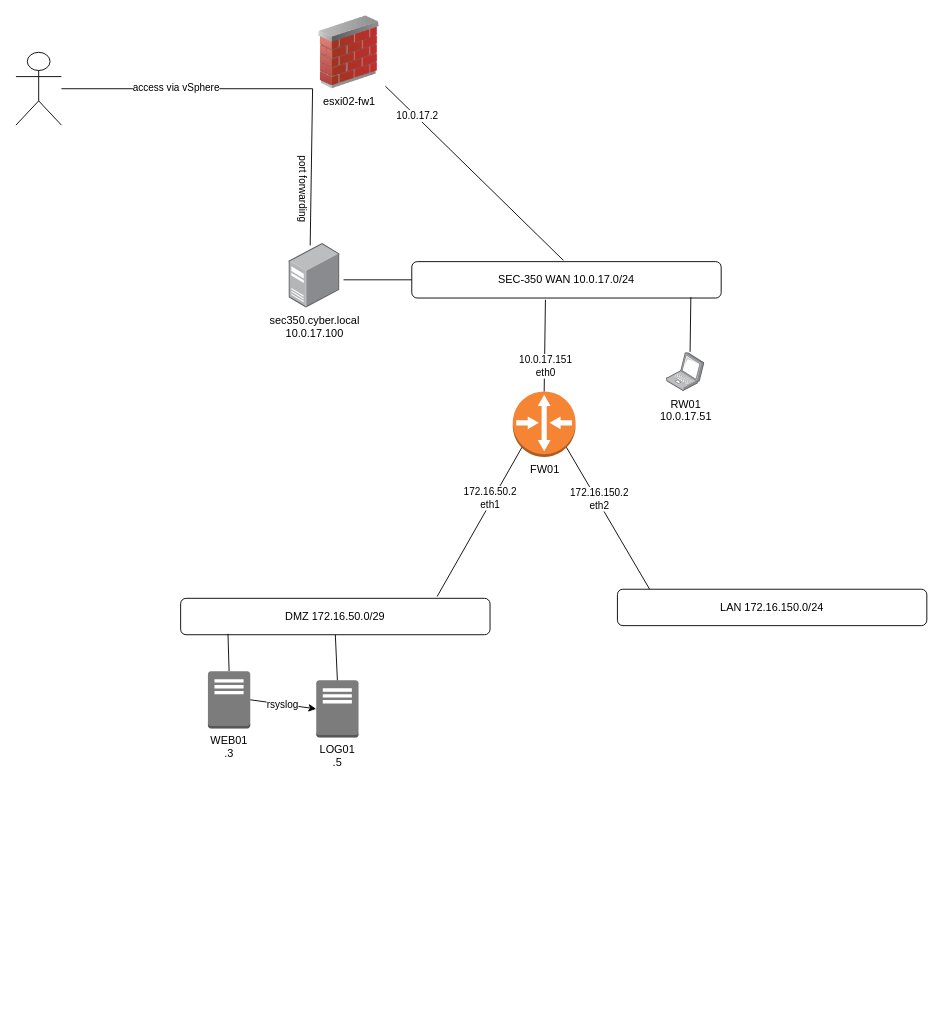
This is net-sec-controls-sec350/SEC350_network-diagram.drawio from charlottecroce/ChamplainTechJournals, a draw.io file, before an edit. Source tidied: cells renumbered, new cells numbered last; positions are measured from the earlier drawing's top-left corner, leaving out a move shared by most shapes. Both pictures are drawn from the tidied source at 91%, with x=0, y=0 at pixel (15, 15). Pictures stored in the file or linked from it are replaced by grey dashed boxes.
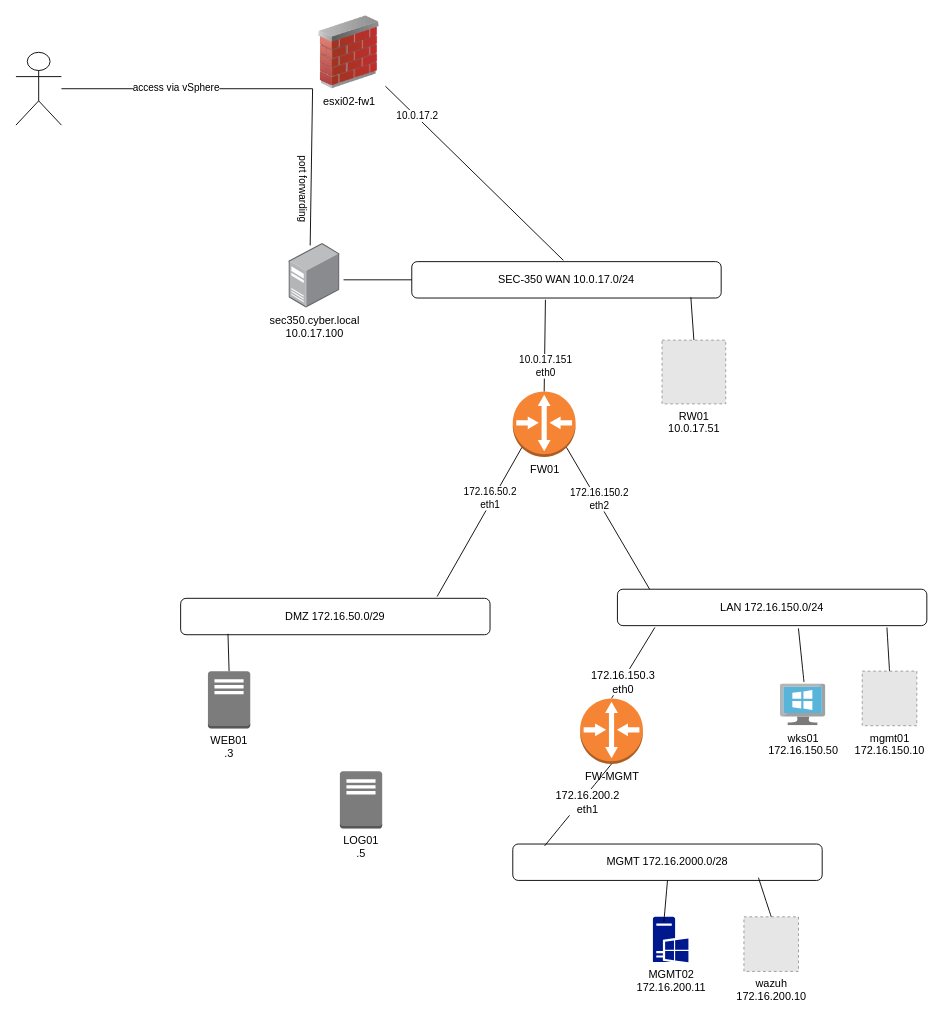
After the change.

Unchanged cells that the change refers to:
```xml
<mxCell id="2" value="SEC-350 WAN 10.0.17.0/24" style="rounded=1;whiteSpace=wrap;html=1;align=center;" parent="1" vertex="1">
  <mxGeometry x="435" y="270" width="340" height="40" as="geometry" />
</mxCell>
<mxCell id="3" value="LAN 172.16.150.0/24" style="rounded=1;whiteSpace=wrap;html=1;align=center;" parent="1" vertex="1">
  <mxGeometry x="661" y="630" width="340" height="40" as="geometry" />
</mxCell>
<mxCell id="4" value="DMZ 172.16.50.0/29" style="rounded=1;whiteSpace=wrap;html=1;align=center;" parent="1" vertex="1">
  <mxGeometry x="181" y="640" width="340" height="40" as="geometry" />
</mxCell>
<mxCell id="10" value="WEB01&lt;div&gt;.3&lt;/div&gt;" style="outlineConnect=0;dashed=0;verticalLabelPosition=bottom;verticalAlign=top;align=center;html=1;shape=mxgraph.aws3.traditional_server;fillColor=#7D7C7C;gradientColor=none;" parent="1" vertex="1">
  <mxGeometry x="211" y="720" width="46.5" height="63" as="geometry" />
</mxCell>
```

The edit, as a diff of the source:
```diff
@@
     <mxCell id="11" value="LOG01&lt;div&gt;.5&lt;/div&gt;" style="outlineConnect=0;dashed=0;verticalLabelPosition=bottom;verticalAlign=top;align=center;html=1;shape=mxgraph.aws3.traditional_server;fillColor=#7D7C7C;gradientColor=none;" parent="1" vertex="1">
-      <mxGeometry x="330" y="730" width="46.5" height="63" as="geometry" />
+      <mxGeometry x="356" y="830" width="46.5" height="63" as="geometry" />
     </mxCell>
-    <mxCell id="12" style="endArrow=none;html=1;rounded=0;entryX=0.5;entryY=0;entryDx=0;entryDy=0;entryPerimeter=0;exitX=0.5;exitY=1;exitDx=0;exitDy=0;" parent="1" edge="1" source="4" target="11">
-      <mxGeometry relative="1" as="geometry" />
-    </mxCell>
@@
-    <mxCell id="14" value="RW01&lt;div&gt;10.0.17.51&lt;/div&gt;" style="image;points=[];html=1;align=center;shadow=0;dashed=0;image=img/lib/allied_telesis/computer_and_terminals/Laptop.svg;" parent="1" vertex="1">
-      <mxGeometry x="715" y="370" width="42" height="42.6" as="geometry" />
-    </mxCell>
@@
-    <mxCell id="17" style="endArrow=none;html=1;rounded=0;entryX=0.615;entryY=-0.02;entryDx=0;entryDy=0;entryPerimeter=0;exitX=0.902;exitY=0.979;exitDx=0;exitDy=0;exitPerimeter=0;" parent="1" edge="1" source="2" target="14">
+    <mxCell id="17" style="endArrow=none;html=1;rounded=0;entryX=0.5;entryY=0;entryDx=0;entryDy=0;exitX=0.902;exitY=0.979;exitDx=0;exitDy=0;exitPerimeter=0;" parent="1" edge="1" source="2" target="14">
       <mxGeometry relative="1" as="geometry" />
     </mxCell>
@@
-    <mxCell id="28" style="endArrow=classic;html=1;rounded=0;exitX=1;exitY=0.5;exitDx=0;exitDy=0;exitPerimeter=0;entryX=0;entryY=0.5;entryDx=0;entryDy=0;entryPerimeter=0;" parent="1" edge="1" source="10" target="11">
-      <mxGeometry relative="1" as="geometry" />
-    </mxCell>
-    <mxCell id="29" value="rsyslog" style="edgeLabel;html=1;align=center;verticalAlign=middle;" parent="28" vertex="1">
-      <mxGeometry x="-0.04" relative="1" as="geometry" />
-    </mxCell>
+    <mxCell id="14" value="RW01&lt;div&gt;10.0.17.51&lt;/div&gt;" style="fillColor=#E6E6E6;strokeColor=#999999;dashed=1;html=1;verticalAlign=top;verticalLabelPosition=bottom;labelBackgroundColor=#ffffff;" parent="1" vertex="1">
+      <mxGeometry x="710" y="356.3" width="70" height="70" as="geometry" />
+    </mxCell>
+    <mxCell id="30" value="wks01&lt;div&gt;172.16.150.50&lt;/div&gt;" style="image;sketch=0;html=1;points=[];align=center;fontSize=12;image=img/lib/mscae/VirtualMachineWindows.svg;" parent="1" vertex="1">
+      <mxGeometry x="840" y="734" width="50" height="46" as="geometry" />
+    </mxCell>
+    <mxCell id="31" value="mgmt01&lt;div&gt;172.16.150.10&lt;/div&gt;" style="fillColor=#E6E6E6;strokeColor=#999999;dashed=1;html=1;verticalAlign=top;verticalLabelPosition=bottom;labelBackgroundColor=#ffffff;" parent="1" vertex="1">
+      <mxGeometry x="930" y="720" width="60" height="60" as="geometry" />
+    </mxCell>
+    <mxCell id="32" value="MGMT 172.16.2000.0/28" style="rounded=1;whiteSpace=wrap;html=1;align=center;" parent="1" vertex="1">
+      <mxGeometry x="546" y="910" width="340" height="40" as="geometry" />
+    </mxCell>
+    <mxCell id="33" style="endArrow=none;html=1;rounded=0;fontSize=12;startSize=8;endSize=8;curved=1;entryX=0.121;entryY=1.05;entryDx=0;entryDy=0;entryPerimeter=0;exitX=0.5;exitY=0;exitDx=0;exitDy=0;exitPerimeter=0;" parent="1" edge="1" source="35" target="3">
+      <mxGeometry relative="1" as="geometry" />
+    </mxCell>
+    <mxCell id="34" value="&lt;div&gt;172.16.150.3&lt;/div&gt;eth0" style="edgeLabel;html=1;align=center;verticalAlign=middle;fontSize=12;" parent="33" vertex="1">
+      <mxGeometry x="-0.52" y="-1" relative="1" as="geometry" />
+    </mxCell>
+    <mxCell id="35" value="FW-MGMT" style="outlineConnect=0;dashed=0;verticalLabelPosition=bottom;verticalAlign=top;align=center;html=1;shape=mxgraph.aws3.router;fillColor=#F58534;gradientColor=none;" parent="1" vertex="1">
+      <mxGeometry x="620" y="750" width="69" height="72" as="geometry" />
+    </mxCell>
+    <mxCell id="36" style="endArrow=none;html=1;rounded=0;fontSize=12;startSize=8;endSize=8;curved=1;exitX=0.5;exitY=1;exitDx=0;exitDy=0;exitPerimeter=0;entryX=0.103;entryY=0.05;entryDx=0;entryDy=0;entryPerimeter=0;" parent="1" edge="1" source="35" target="32">
+      <mxGeometry relative="1" as="geometry" />
+    </mxCell>
+    <mxCell id="37" value="172.16.200.2&lt;div&gt;eth1&lt;/div&gt;" style="edgeLabel;html=1;align=center;verticalAlign=middle;fontSize=12;" parent="36" vertex="1">
+      <mxGeometry x="-0.27" y="1" relative="1" as="geometry">
+        <mxPoint x="-1" y="8" as="offset" />
+      </mxGeometry>
+    </mxCell>
+    <mxCell id="38" value="wazuh&lt;div&gt;172.16.200.10&lt;/div&gt;" style="fillColor=#E6E6E6;strokeColor=#999999;dashed=1;html=1;verticalAlign=top;verticalLabelPosition=bottom;labelBackgroundColor=#ffffff;" parent="1" vertex="1">
+      <mxGeometry x="800" y="990" width="60" height="60" as="geometry" />
+    </mxCell>
+    <mxCell id="39" value="MGMT02&lt;div&gt;172.16.200.11&lt;/div&gt;" style="sketch=0;shadow=0;dashed=0;html=1;strokeColor=none;labelPosition=center;verticalLabelPosition=bottom;verticalAlign=top;align=center;fillColor=#00188D;shape=mxgraph.mscae.enterprise.windows_server;" parent="1" vertex="1">
+      <mxGeometry x="700" y="990" width="39" height="50" as="geometry" />
+    </mxCell>
+    <mxCell id="40" style="endArrow=none;html=1;rounded=0;fontSize=12;startSize=8;endSize=8;curved=1;entryX=0.585;entryY=1.075;entryDx=0;entryDy=0;entryPerimeter=0;exitX=0.52;exitY=-0.043;exitDx=0;exitDy=0;exitPerimeter=0;" parent="1" edge="1" source="30" target="3">
+      <mxGeometry relative="1" as="geometry" />
+    </mxCell>
+    <mxCell id="41" style="endArrow=none;html=1;rounded=0;fontSize=12;startSize=8;endSize=8;curved=1;entryX=0.871;entryY=1.05;entryDx=0;entryDy=0;entryPerimeter=0;exitX=0.5;exitY=0;exitDx=0;exitDy=0;" parent="1" edge="1" source="31" target="3">
+      <mxGeometry relative="1" as="geometry" />
+    </mxCell>
+    <mxCell id="42" style="endArrow=none;html=1;rounded=0;fontSize=12;startSize=8;endSize=8;curved=1;entryX=0.5;entryY=1;entryDx=0;entryDy=0;exitX=0.308;exitY=0.12;exitDx=0;exitDy=0;exitPerimeter=0;" parent="1" edge="1" source="39" target="32">
+      <mxGeometry relative="1" as="geometry" />
+    </mxCell>
+    <mxCell id="43" style="endArrow=none;html=1;rounded=0;fontSize=12;startSize=8;endSize=8;curved=1;entryX=0.794;entryY=0.925;entryDx=0;entryDy=0;entryPerimeter=0;exitX=0.5;exitY=0;exitDx=0;exitDy=0;" parent="1" edge="1" source="38" target="32">
+      <mxGeometry relative="1" as="geometry" />
+    </mxCell>
```
